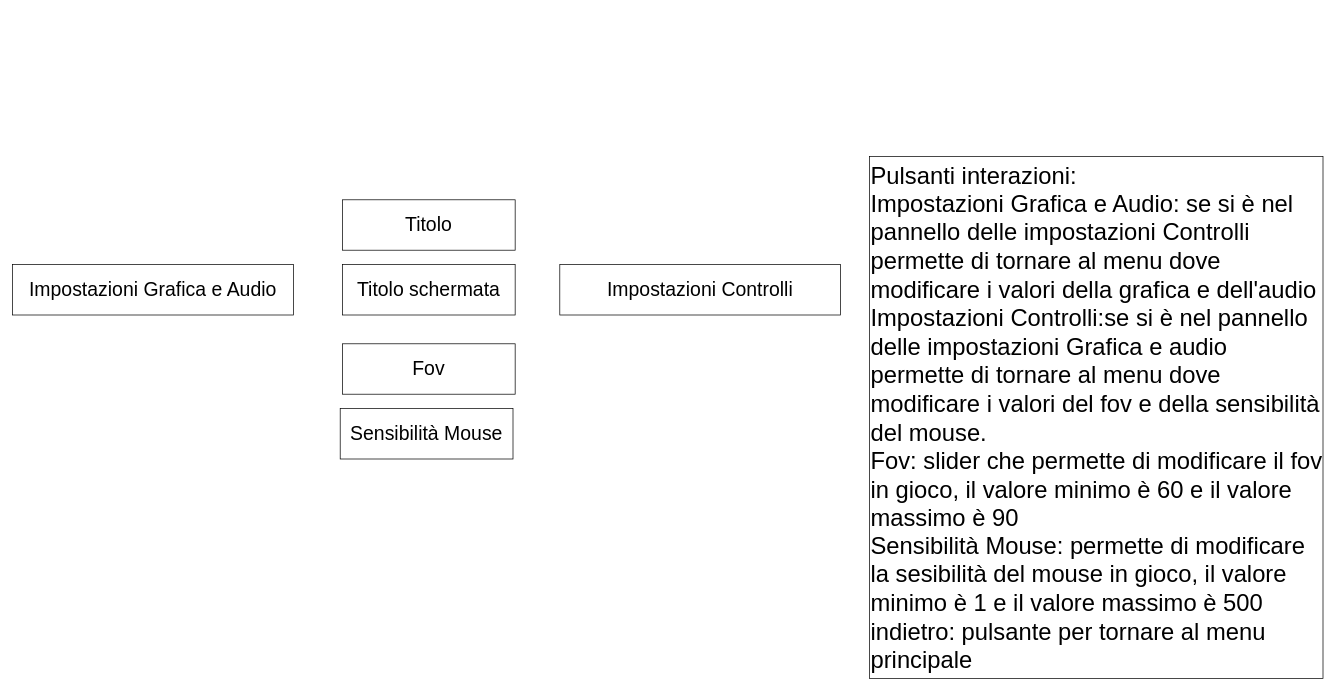
Before: doc/Progetti Drawio/StoryboardMenuOpzioni2.drawio in zSavT/Healthy-Catering, a draw.io diagram. Source tidied: cells renumbered, new cells numbered last; positions are measured from the earlier drawing's top-left corner, leaving out a move shared by most shapes. Both pictures are drawn from the tidied source at 72%, with x=0, y=0 at pixel (12, 156).
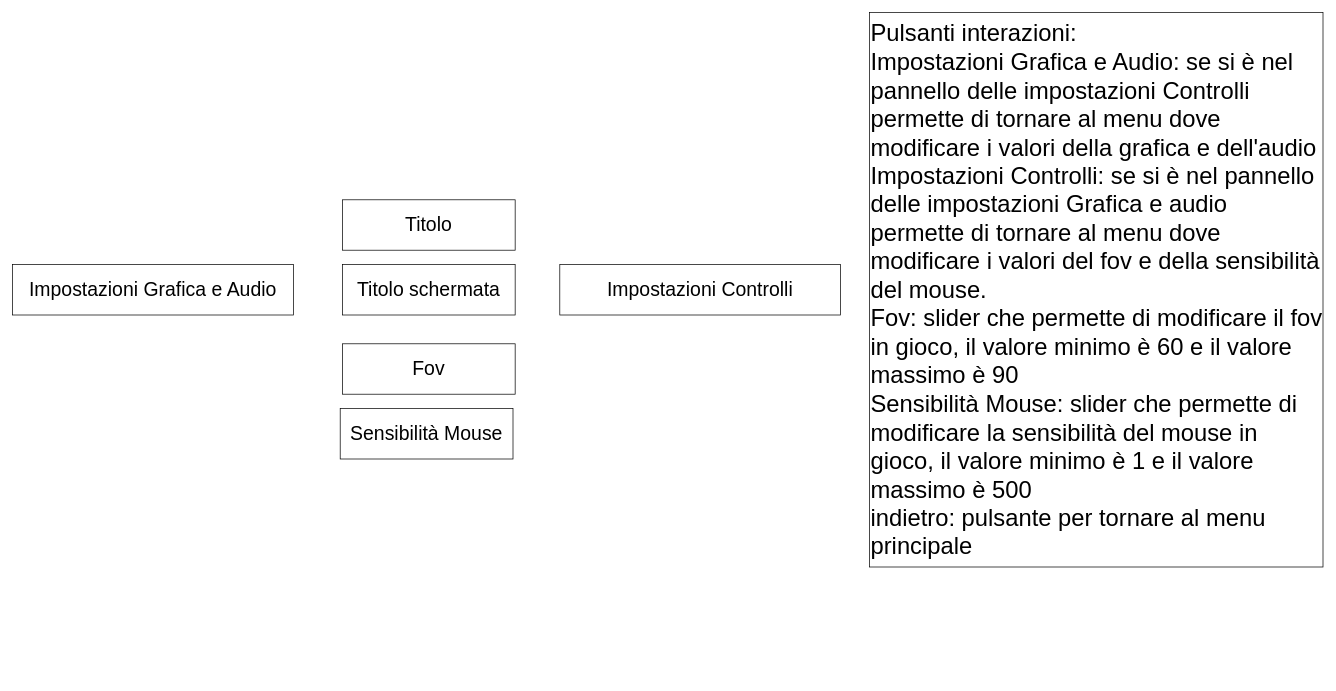
After the change.

Commit message (it also covers changes not shown here):
aggiornati storyboard

What changed in the source:
```diff
@@
 <mxGraphModel>
   <root>
     <mxCell id="0" />
     <mxCell id="1" parent="0" />
     <mxCell id="2" value="Impostazioni Grafica e Audio" style="rounded=0;whiteSpace=wrap;html=1;fontSize=27;" parent="1" vertex="1">
       <mxGeometry y="150" width="390" height="70" as="geometry" />
     </mxCell>
     <mxCell id="3" value="Fov" style="rounded=0;whiteSpace=wrap;html=1;fontSize=27;" parent="1" vertex="1">
       <mxGeometry x="458" y="260" width="240" height="70" as="geometry" />
     </mxCell>
     <mxCell id="4" value="Sensibilità Mouse" style="rounded=0;whiteSpace=wrap;html=1;fontSize=27;" parent="1" vertex="1">
       <mxGeometry x="455" y="350" width="240" height="70" as="geometry" />
     </mxCell>
-    <mxCell id="5" value="&lt;font style=&quot;font-size: 33px;&quot;&gt;Pulsanti interazioni:&lt;br&gt;Impostazioni Grafica e Audio: se si è nel pannello delle impostazioni Controlli permette di tornare al menu dove modificare i valori della grafica e dell'audio&lt;br&gt;Impostazioni Controlli:se si è nel pannello delle impostazioni Grafica e audio permette di tornare al menu dove modificare i valori del fov e della sensibilità del mouse.&lt;br&gt;Fov: slider che permette di modificare il fov in gioco, il valore minimo è 60 e il valore massimo è 90&lt;br&gt;Sensibilità Mouse: permette di modificare la sesibilità del mouse in gioco, il valore minimo è 1 e il valore massimo è 500&lt;br&gt;indietro: pulsante per tornare al menu principale&lt;br&gt;&lt;/font&gt;" style="rounded=0;whiteSpace=wrap;html=1;fontSize=27;align=left;" parent="1" vertex="1">
-      <mxGeometry x="1190" width="630" height="725" as="geometry" />
+    <mxCell id="5" value="&lt;font style=&quot;font-size: 33px;&quot;&gt;Pulsanti interazioni:&lt;br&gt;Impostazioni Grafica e Audio: se si è nel pannello delle impostazioni Controlli permette di tornare al menu dove modificare i valori della grafica e dell'audio&lt;br&gt;Impostazioni Controlli: se si è nel pannello delle impostazioni Grafica e audio permette di tornare al menu dove modificare i valori del fov e della sensibilità del mouse.&lt;br&gt;Fov: slider che permette di modificare il fov in gioco, il valore minimo è 60 e il valore massimo è 90&lt;br&gt;Sensibilità Mouse: slider che permette di modificare la sensibilità del mouse in gioco, il valore minimo è 1 e il valore massimo è 500&lt;br&gt;indietro: pulsante per tornare al menu principale&lt;br&gt;&lt;/font&gt;" style="rounded=0;whiteSpace=wrap;html=1;fontSize=27;align=left;" parent="1" vertex="1">
+      <mxGeometry x="1190" y="-200" width="630" height="770" as="geometry" />
     </mxCell>
     <mxCell id="6" value="Titolo" style="rounded=0;whiteSpace=wrap;html=1;fontSize=27;" parent="1" vertex="1">
       <mxGeometry x="458" y="60" width="240" height="70" as="geometry" />
     </mxCell>
     <mxCell id="7" value="Titolo schermata" style="rounded=0;whiteSpace=wrap;html=1;fontSize=27;" parent="1" vertex="1">
       <mxGeometry x="458" y="150" width="240" height="70" as="geometry" />
     </mxCell>
     <mxCell id="8" value="Impostazioni Controlli" style="rounded=0;whiteSpace=wrap;html=1;fontSize=27;" parent="1" vertex="1">
       <mxGeometry x="760" y="150" width="390" height="70" as="geometry" />
     </mxCell>
   </root>
 </mxGraphModel>
```
